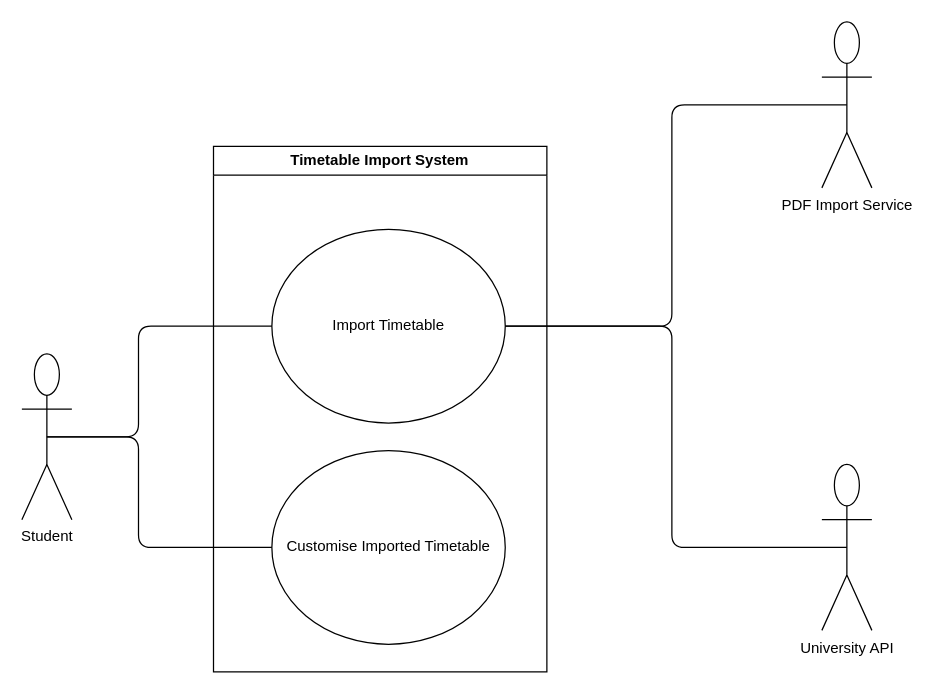
COS301-SE-2026/UMTAS keeps this draw.io diagram as page "Timetable Import System" (4 of 6) of docs/diagrams/requirements/Requirements.drawio. Above is the earlier version. Source tidied: cells renumbered, new cells numbered last; positions are measured from the earlier drawing's top-left corner, leaving out a move shared by most shapes. Both pictures are drawn from the tidied source at 125%, with x=0, y=0 at pixel (21, 21).
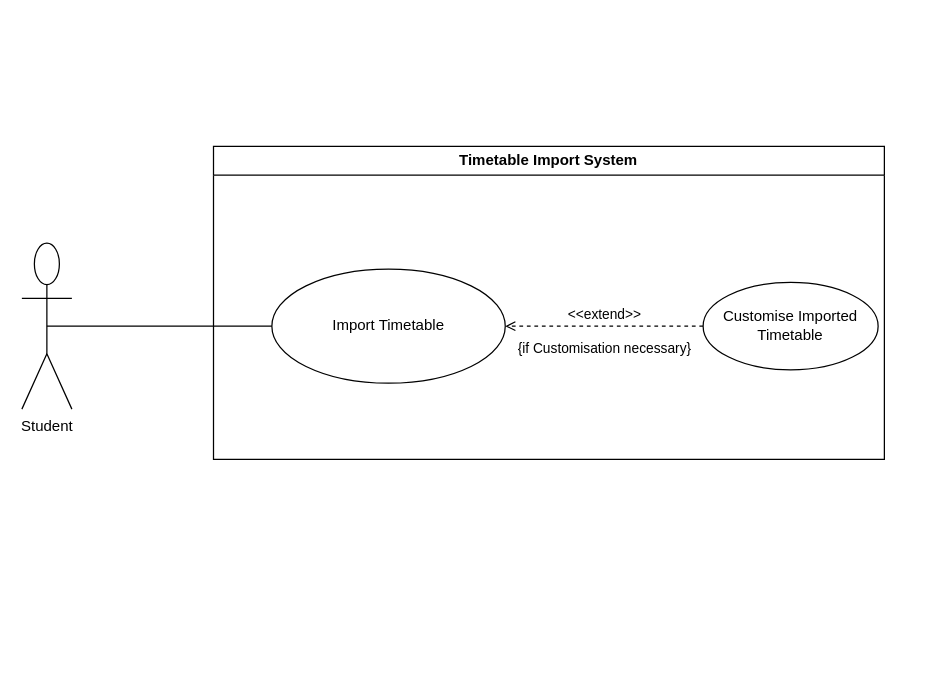
Above is the later version.

The edit, as a diff of the source:
```diff
@@
 <mxGraphModel>
   <root>
     <mxCell id="0" />
     <mxCell id="1" parent="0" />
     <mxCell id="2" style="group;" parent="1" vertex="1">
-      <mxGeometry width="680" height="520" as="geometry" />
+      <mxGeometry width="690" height="520" as="geometry" />
     </mxCell>
     <mxCell id="3" value="Timetable Import System" style="swimlane;whiteSpace=wrap;html=1;" parent="2" vertex="1">
-      <mxGeometry x="153.3" y="99.6" width="266.7" height="420.4" as="geometry" />
+      <mxGeometry x="153.3" y="99.6" width="536.7" height="250.4" as="geometry" />
     </mxCell>
     <mxCell id="4" value="Import Timetable" style="ellipse;whiteSpace=wrap;html=1;" parent="3" vertex="1">
-      <mxGeometry x="46.7" y="66.4" width="186.7" height="154.9" as="geometry" />
+      <mxGeometry x="46.7" y="98.2" width="186.7" height="91.3" as="geometry" />
     </mxCell>
+    <mxCell id="13" value="&amp;lt;&amp;lt;extend&amp;gt;&amp;gt;" style="html=1;verticalAlign=bottom;labelBackgroundColor=none;endArrow=open;endFill=0;dashed=1;entryX=1;entryY=0.5;entryDx=0;entryDy=0;exitX=0;exitY=0.5;exitDx=0;exitDy=0;" parent="3" edge="1" source="5" target="4">
+      <mxGeometry relative="1" as="geometry" />
+    </mxCell>
+    <mxCell id="14" value="{if Customisation necessary}" style="edgeLabel;html=1;align=center;verticalAlign=middle;" parent="13" vertex="1">
+      <mxGeometry x="-0.66" relative="1" as="geometry">
+        <mxPoint x="-53" y="17" as="offset" />
+      </mxGeometry>
+    </mxCell>
     <mxCell id="5" value="Customise Imported Timetable" style="ellipse;whiteSpace=wrap;html=1;" parent="3" vertex="1">
-      <mxGeometry x="46.7" y="243.4" width="186.7" height="154.9" as="geometry" />
+      <mxGeometry x="391.7" y="108.8" width="140" height="70" as="geometry" />
     </mxCell>
     <mxCell id="6" value="Student" style="shape=umlActor;verticalLabelPosition=bottom;verticalAlign=top;html=1;outlineConnect=0;" parent="2" vertex="1">
-      <mxGeometry y="265.5" width="40" height="132.8" as="geometry" />
+      <mxGeometry y="177" width="40" height="132.8" as="geometry" />
     </mxCell>
-    <mxCell id="7" style="endArrow=none;html=1;entryX=0.5;entryY=0.5;entryDx=0;entryDy=0;entryPerimeter=0;exitX=1;exitY=0.5;exitDx=0;exitDy=0;" parent="2" edge="1" source="4" target="12">
-      <mxGeometry relative="1" as="geometry">
-        <Array as="points">
-          <mxPoint x="520" y="243.4" />
-          <mxPoint x="520" y="420.4" />
-        </Array>
-      </mxGeometry>
-    </mxCell>
     <mxCell id="8" style="endArrow=none;html=1;exitX=0.5;exitY=0.5;exitDx=0;exitDy=0;exitPerimeter=0;entryX=0;entryY=0.5;entryDx=0;entryDy=0;" parent="2" edge="1" source="6" target="4">
       <mxGeometry relative="1" as="geometry">
         <Array as="points">
-          <mxPoint x="93.3" y="331.9" />
           <mxPoint x="93.3" y="243.4" />
         </Array>
       </mxGeometry>
     </mxCell>
-    <mxCell id="9" style="endArrow=none;html=1;exitX=0.5;exitY=0.5;exitDx=0;exitDy=0;exitPerimeter=0;entryX=0;entryY=0.5;entryDx=0;entryDy=0;" parent="2" edge="1" source="6" target="5">
-      <mxGeometry relative="1" as="geometry">
-        <Array as="points">
-          <mxPoint x="93.3" y="331.9" />
-          <mxPoint x="93.3" y="420.4" />
-        </Array>
-      </mxGeometry>
-    </mxCell>
-    <mxCell id="10" style="endArrow=none;html=1;entryX=0.5;entryY=0.5;entryDx=0;entryDy=0;entryPerimeter=0;exitX=1;exitY=0.5;exitDx=0;exitDy=0;" parent="2" edge="1" source="4" target="11">
-      <mxGeometry relative="1" as="geometry">
-        <Array as="points">
-          <mxPoint x="520" y="243.4" />
-          <mxPoint x="520" y="66.4" />
-        </Array>
-      </mxGeometry>
-    </mxCell>
-    <mxCell id="11" value="PDF Import Service" style="shape=umlActor;verticalLabelPosition=bottom;verticalAlign=top;html=1;outlineConnect=0;" parent="2" vertex="1">
-      <mxGeometry x="640" width="40" height="132.8" as="geometry" />
-    </mxCell>
-    <mxCell id="12" value="University API" style="shape=umlActor;verticalLabelPosition=bottom;verticalAlign=top;html=1;outlineConnect=0;" parent="2" vertex="1">
-      <mxGeometry x="640" y="354" width="40" height="132.8" as="geometry" />
-    </mxCell>
   </root>
 </mxGraphModel>
```
